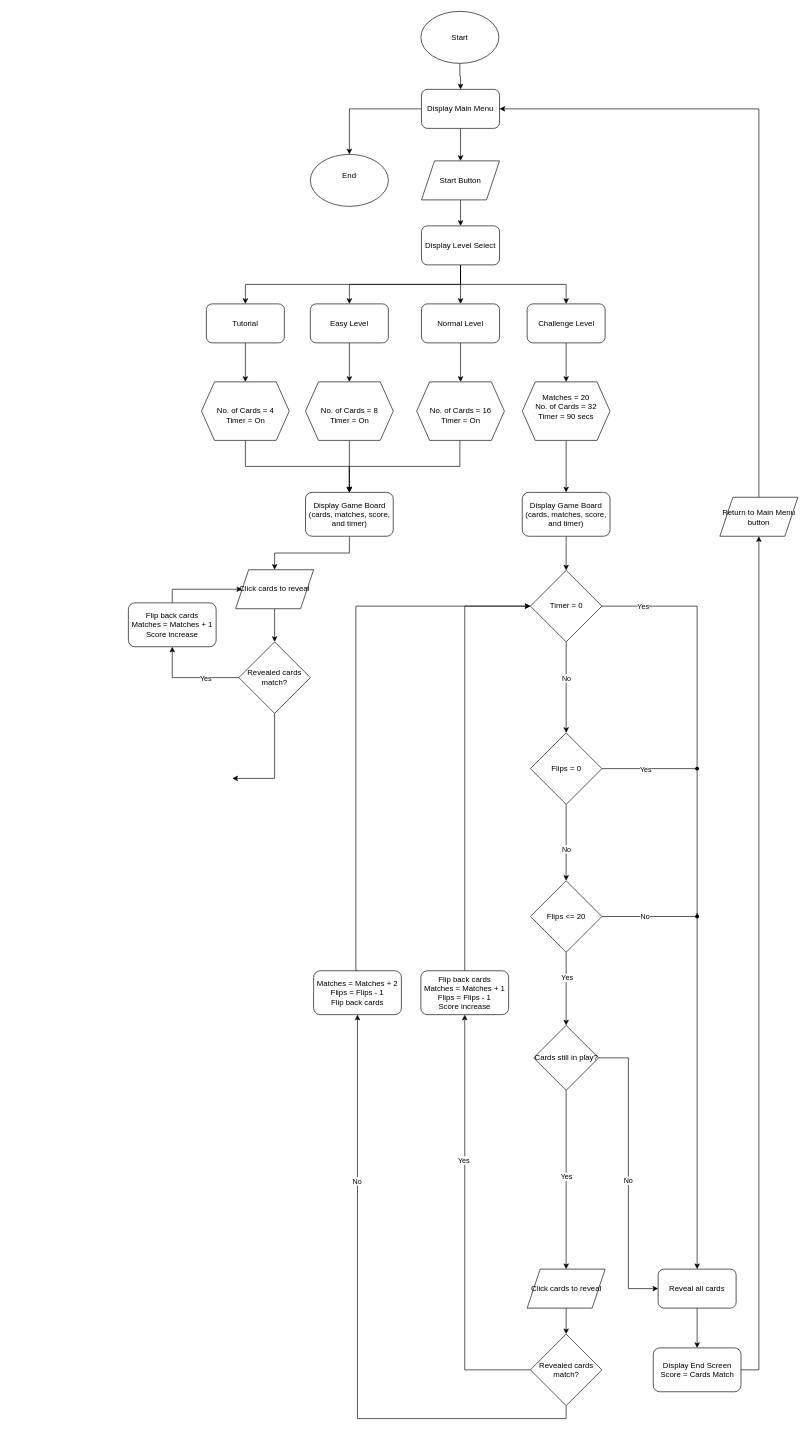
This is Website Flowchart.drawio from Hmmnnmmnn/Memory-Vortex, a draw.io file, before an edit. Source tidied: cells renumbered, new cells numbered last; positions are measured from the earlier drawing's top-left corner, leaving out a move shared by most shapes. Both pictures are drawn from the tidied source at 65%, with x=0, y=0 at pixel (128, 11).
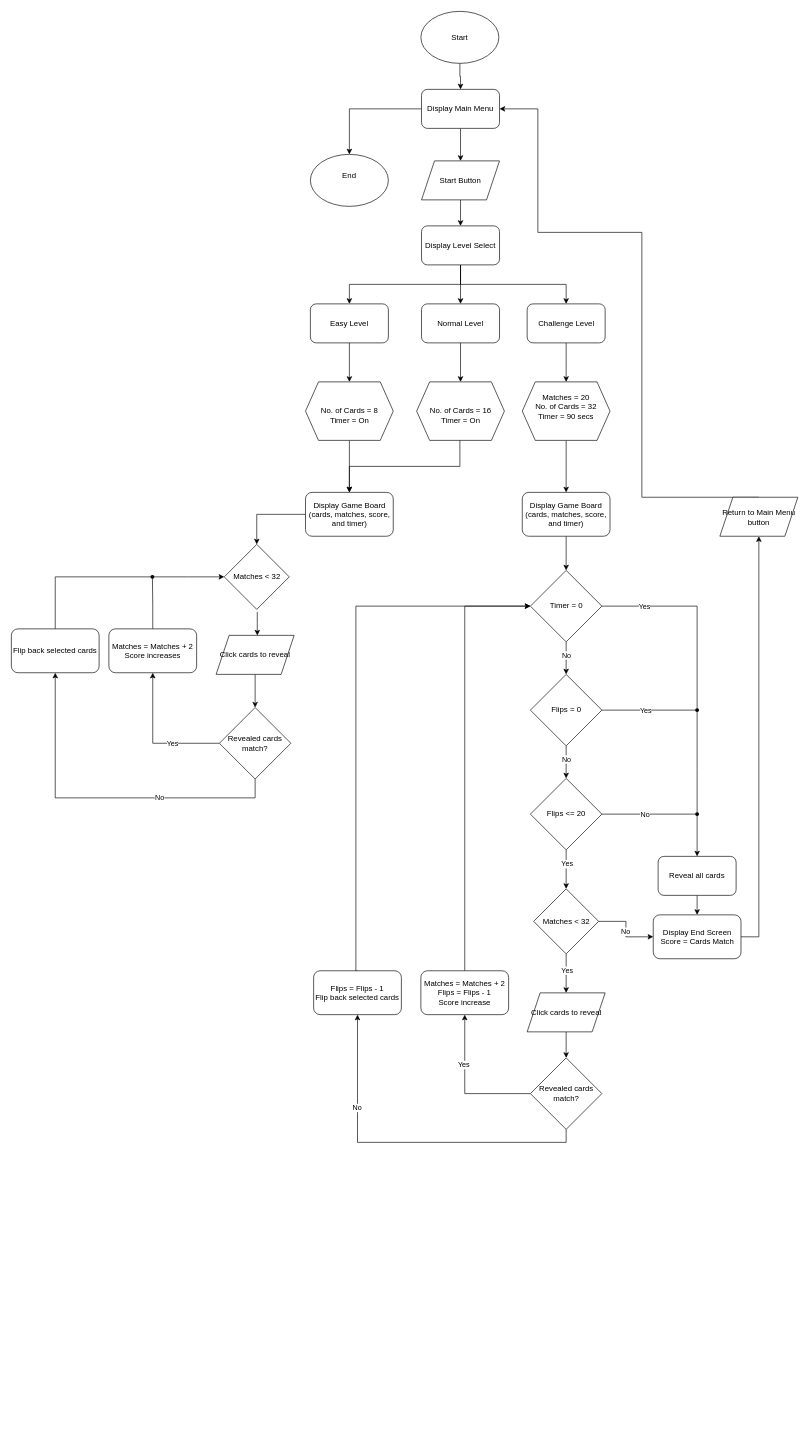
The same diagram, later.

Unchanged cells that the change refers to:
```xml
<mxCell id="6" value="Display Main Menu" style="rounded=1;whiteSpace=wrap;html=1;roundedPerimeter=1;" parent="1" vertex="1">
  <mxGeometry x="451" y="120" width="120" height="60" as="geometry" />
</mxCell>
<mxCell id="14" value="Display Level Select" style="rounded=1;whiteSpace=wrap;html=1;roundedPerimeter=1;" parent="1" vertex="1">
  <mxGeometry x="451" y="330" width="120" height="60" as="geometry" />
</mxCell>
<mxCell id="32" value="Display Game Board (cards, matches, score, and timer)" style="rounded=1;whiteSpace=wrap;html=1;roundedPerimeter=1;" parent="1" vertex="1">
  <mxGeometry x="272.5" y="740" width="135" height="67.5" as="geometry" />
</mxCell>
<mxCell id="34" style="edgeStyle=orthogonalEdgeStyle;rounded=0;jettySize=auto;html=1;defaultLabelBackgroundColor=page;entryX=0.5;entryY=0;entryDx=0;entryDy=0;" parent="1" edge="1" source="36" target="63">
  <mxGeometry x="-0.05" relative="1" as="geometry" />
</mxCell>
<mxCell id="51" style="edgeStyle=orthogonalEdgeStyle;rounded=0;jettySize=auto;html=1;entryX=0.5;entryY=0;entryDx=0;entryDy=0;defaultLabelBackgroundColor=page;" parent="1" edge="1" source="37" target="46">
  <mxGeometry relative="1" as="geometry" />
</mxCell>
<mxCell id="76" value="Timer = 0" style="rhombus;whiteSpace=wrap;html=1;shapeInside=1;" parent="1" vertex="1">
  <mxGeometry x="618.5" y="860" width="110" height="110" as="geometry" />
</mxCell>
<mxCell id="83" value="Return to Main Menu button" style="shape=parallelogram;perimeter=parallelogramPerimeter;whiteSpace=wrap;html=1;shapeInside=1;fixedSize=1;" parent="1" vertex="1">
  <mxGeometry x="910" y="747.5" width="120" height="60" as="geometry" />
</mxCell>
```

Diff of the diagram source:
```diff
@@
-    <mxCell id="12" style="edgeStyle=orthogonalEdgeStyle;rounded=0;jettySize=auto;html=1;entryX=0.5;entryY=0;entryDx=0;entryDy=0;defaultLabelBackgroundColor=page;exitX=0.5;exitY=1;exitDx=0;exitDy=0;" parent="1" edge="1" source="14" target="20">
-      <mxGeometry relative="1" as="geometry" />
-    </mxCell>
@@
-    <mxCell id="19" style="edgeStyle=orthogonalEdgeStyle;rounded=0;jettySize=auto;html=1;entryX=0.5;entryY=0;entryDx=0;entryDy=0;defaultLabelBackgroundColor=page;" parent="1" edge="1" source="20" target="24">
-      <mxGeometry relative="1" as="geometry" />
-    </mxCell>
-    <mxCell id="20" value="Tutorial" style="rounded=1;whiteSpace=wrap;html=1;roundedPerimeter=1;" parent="1" vertex="1">
-      <mxGeometry x="120" y="450" width="120" height="60" as="geometry" />
-    </mxCell>
@@
-    <mxCell id="23" style="edgeStyle=orthogonalEdgeStyle;rounded=0;jettySize=auto;html=1;defaultLabelBackgroundColor=page;exitX=0.5;exitY=1;exitDx=0;exitDy=0;" parent="1" edge="1" source="24" target="32">
-      <mxGeometry relative="1" as="geometry" />
-    </mxCell>
-    <mxCell id="24" value="&lt;br&gt;&lt;div&gt;No. of Cards = 4&lt;/div&gt;&lt;div&gt;Timer = On&lt;/div&gt;" style="shape=hexagon;perimeter=hexagonPerimeter2;whiteSpace=wrap;html=1;shapeInside=1;fixedSize=1;" parent="1" vertex="1">
-      <mxGeometry x="112.5" y="570" width="135" height="90" as="geometry" />
-    </mxCell>
@@
-    <mxCell id="31" style="edgeStyle=orthogonalEdgeStyle;rounded=0;jettySize=auto;html=1;entryX=0.5;entryY=0;entryDx=0;entryDy=0;defaultLabelBackgroundColor=page;" parent="1" edge="1" source="32" target="67">
-      <mxGeometry relative="1" as="geometry" />
+    <mxCell id="31" style="edgeStyle=orthogonalEdgeStyle;rounded=0;jettySize=auto;html=1;defaultLabelBackgroundColor=page;entryX=0.5;entryY=0;entryDx=0;entryDy=0;" parent="1" edge="1" source="32" target="86">
+      <mxGeometry x="-0.11" relative="1" as="geometry" />
     </mxCell>
@@
     <mxCell id="35" value="No" style="edgeLabel;html=1;align=center;verticalAlign=middle;inheritText=1;defaultLabelBackgroundColor=page;" parent="34" vertex="1">
-      <mxGeometry x="0.15" relative="1" as="geometry" />
+      <mxGeometry x="0.15" relative="1" as="geometry">
+        <mxPoint y="-9" as="offset" />
+      </mxGeometry>
     </mxCell>
     <mxCell id="36" value="Flips = 0" style="rhombus;whiteSpace=wrap;html=1;shapeInside=1;" parent="1" vertex="1">
-      <mxGeometry x="618.5" y="1110" width="110" height="110" as="geometry" />
+      <mxGeometry x="618.5" y="1020" width="110" height="110" as="geometry" />
     </mxCell>
-    <mxCell id="37" value="Cards still in play?" style="rhombus;whiteSpace=wrap;html=1;shapeInside=1;" parent="1" vertex="1">
-      <mxGeometry x="623.5" y="1560" width="100" height="100" as="geometry" />
+    <mxCell id="37" value="Matches &amp;lt; 32" style="rhombus;whiteSpace=wrap;html=1;shapeInside=1;" parent="1" vertex="1">
+      <mxGeometry x="623.5" y="1350" width="100" height="100" as="geometry" />
     </mxCell>
@@
-    <mxCell id="39" value="&lt;div&gt;Matches = Matches + 2&lt;/div&gt;&lt;div&gt;Flips = Flips - 1&lt;/div&gt;&lt;div&gt;Flip back cards&lt;/div&gt;" style="rounded=1;whiteSpace=wrap;html=1;roundedPerimeter=1;" parent="1" vertex="1">
+    <mxCell id="39" value="&lt;div&gt;Flips = Flips - 1&lt;/div&gt;&lt;div&gt;Flip back selected cards&lt;/div&gt;" style="rounded=1;whiteSpace=wrap;html=1;roundedPerimeter=1;" parent="1" vertex="1">
       <mxGeometry x="285" y="1476" width="135" height="67.5" as="geometry" />
     </mxCell>
@@
     <mxCell id="44" value="Revealed cards match?" style="rhombus;whiteSpace=wrap;html=1;shapeInside=1;" parent="1" vertex="1">
-      <mxGeometry x="618.5" y="2035" width="110" height="110" as="geometry" />
+      <mxGeometry x="618.5" y="1610" width="110" height="110" as="geometry" />
     </mxCell>
@@
     <mxCell id="46" value="Click cards to reveal" style="shape=parallelogram;perimeter=parallelogramPerimeter;whiteSpace=wrap;html=1;shapeInside=1;fixedSize=1;" parent="1" vertex="1">
-      <mxGeometry x="613.5" y="1935" width="120" height="60" as="geometry" />
+      <mxGeometry x="613.5" y="1510" width="120" height="60" as="geometry" />
     </mxCell>
@@
     <mxCell id="48" value="Reveal all cards" style="rounded=1;whiteSpace=wrap;html=1;roundedPerimeter=1;" parent="1" vertex="1">
-      <mxGeometry x="815" y="1935" width="120" height="60" as="geometry" />
+      <mxGeometry x="815" y="1300" width="120" height="60" as="geometry" />
     </mxCell>
@@
     <mxCell id="50" value="&lt;div&gt;Display End Screen&lt;/div&gt;&lt;div&gt;Score = Cards Match&lt;/div&gt;" style="rounded=1;whiteSpace=wrap;html=1;roundedPerimeter=1;" parent="1" vertex="1">
-      <mxGeometry x="807.5" y="2056.2" width="135" height="67.5" as="geometry" />
+      <mxGeometry x="807.5" y="1390" width="135" height="67.5" as="geometry" />
     </mxCell>
@@
     <mxCell id="52" value="Yes" style="edgeLabel;html=1;align=center;verticalAlign=middle;inheritText=1;defaultLabelBackgroundColor=page;" parent="51" vertex="1">
       <mxGeometry x="-0.06" y="2" relative="1" as="geometry">
-        <mxPoint x="-2" y="3" as="offset" />
+        <mxPoint x="-1" y="-3" as="offset" />
       </mxGeometry>
     </mxCell>
-    <mxCell id="53" style="edgeStyle=orthogonalEdgeStyle;rounded=0;jettySize=auto;html=1;entryDx=0;entryDy=0;defaultLabelBackgroundColor=page;entryX=0;entryY=0.5;endArrow=classic;endFill=1;" parent="1" edge="1" source="37" target="48">
-      <mxGeometry x="-0.47" relative="1" as="geometry" />
+    <mxCell id="53" style="edgeStyle=orthogonalEdgeStyle;rounded=0;jettySize=auto;html=1;defaultLabelBackgroundColor=page;endArrow=classic;endFill=1;entryX=0;entryY=0.5;entryDx=0;entryDy=0;" parent="1" edge="1" source="37" target="50">
+      <mxGeometry x="-0.86" relative="1" as="geometry" />
     </mxCell>
@@
-    <mxCell id="56" value="&lt;div&gt;Flip back cards&lt;/div&gt;&lt;div&gt;Matches = Matches + 1&lt;/div&gt;&lt;div&gt;Flips = Flips - 1&lt;/div&gt;&lt;div&gt;Score increase&lt;/div&gt;" style="rounded=1;whiteSpace=wrap;html=1;roundedPerimeter=1;" parent="1" vertex="1">
+    <mxCell id="56" value="&lt;div&gt;Matches = Matches + 2&lt;/div&gt;&lt;div&gt;Flips = Flips - 1&lt;/div&gt;&lt;div&gt;Score increase&lt;/div&gt;" style="rounded=1;whiteSpace=wrap;html=1;roundedPerimeter=1;" parent="1" vertex="1">
       <mxGeometry x="450" y="1476" width="135" height="67.5" as="geometry" />
     </mxCell>
@@
     <mxCell id="63" value="Flips &amp;lt;= 20" style="rhombus;whiteSpace=wrap;html=1;shapeInside=1;" parent="1" vertex="1">
-      <mxGeometry x="618.5" y="1337.5" width="110" height="110" as="geometry" />
+      <mxGeometry x="618.5" y="1180" width="110" height="110" as="geometry" />
     </mxCell>
-    <mxCell id="64" style="edgeStyle=orthogonalEdgeStyle;rounded=0;jettySize=auto;html=1;defaultLabelBackgroundColor=page;entryX=0.5;entryY=0;entryDx=0;entryDy=0;exitX=0.541;exitY=0.829;exitDx=0;exitDy=0;exitPerimeter=0;" parent="1" edge="1" source="65" target="48">
-      <mxGeometry x="0.36" relative="1" as="geometry">
-        <Array as="points">
-          <mxPoint x="875" y="1387.5" />
-        </Array>
-      </mxGeometry>
-    </mxCell>
     <mxCell id="65" style="shape=waypoint;sketch=0;fillStyle=solid;size=6;points=[];fillColor=none;perimeter=centerPerimeter;snapToPoint=1;" parent="1" vertex="1">
-      <mxGeometry x="865" y="1382.5" width="20" height="20" as="geometry" />
+      <mxGeometry x="865" y="1225" width="20" height="20" as="geometry" />
     </mxCell>
@@
     <mxCell id="67" value="Click cards to reveal" style="shape=parallelogram;perimeter=parallelogramPerimeter;whiteSpace=wrap;html=1;shapeInside=1;fixedSize=1;" parent="1" vertex="1">
-      <mxGeometry x="165" y="859" width="120" height="60" as="geometry" />
+      <mxGeometry x="135" y="960" width="120" height="60" as="geometry" />
     </mxCell>
@@
-    <mxCell id="70" style="edgeStyle=orthogonalEdgeStyle;rounded=0;jettySize=auto;html=1;defaultLabelBackgroundColor=page;exitX=0.5;exitY=1;exitDx=0;exitDy=0;" parent="1" edge="1" source="71">
-      <mxGeometry x="-0.05" relative="1" as="geometry">
-        <mxPoint x="160" y="1180" as="targetPoint" />
+    <mxCell id="70" style="edgeStyle=orthogonalEdgeStyle;rounded=0;jettySize=auto;html=1;defaultLabelBackgroundColor=page;entryX=0.5;entryY=1;entryDx=0;entryDy=0;" parent="1" edge="1" source="71" target="88">
+      <mxGeometry x="-0.95" relative="1" as="geometry">
         <Array as="points">
-          <mxPoint x="225" y="1180" />
+          <mxPoint x="195" y="1210" />
+          <mxPoint x="-112.5" y="1210" />
         </Array>
       </mxGeometry>
     </mxCell>
+    <mxCell id="84" value="No" style="edgeLabel;html=1;align=center;verticalAlign=middle;inheritText=1;defaultLabelBackgroundColor=page;" parent="70" vertex="1">
+      <mxGeometry x="-0.33" y="-1" relative="1" as="geometry" />
+    </mxCell>
     <mxCell id="71" value="Revealed cards match?" style="rhombus;whiteSpace=wrap;html=1;shapeInside=1;" parent="1" vertex="1">
-      <mxGeometry x="170" y="970" width="110" height="110" as="geometry" />
+      <mxGeometry x="140" y="1071" width="110" height="110" as="geometry" />
     </mxCell>
-    <mxCell id="72" style="edgeStyle=orthogonalEdgeStyle;rounded=0;jettySize=auto;html=1;entryX=0;entryY=0.5;entryDx=0;entryDy=0;defaultLabelBackgroundColor=page;exitX=0.5;exitY=0;exitDx=0;exitDy=0;" parent="1" edge="1" source="73" target="67">
-      <mxGeometry relative="1" as="geometry" />
+    <mxCell id="72" style="edgeStyle=orthogonalEdgeStyle;rounded=0;jettySize=auto;html=1;defaultLabelBackgroundColor=page;exitX=0.5;exitY=0;exitDx=0;exitDy=0;entryX=0.531;entryY=0.841;entryDx=0;entryDy=0;entryPerimeter=0;endArrow=none;endFill=0;" parent="1" edge="1" source="73" target="90">
+      <mxGeometry x="-0.15" relative="1" as="geometry" />
     </mxCell>
-    <mxCell id="73" value="&lt;div&gt;Flip back cards&lt;/div&gt;&lt;div&gt;Matches = Matches + 1&lt;/div&gt;&lt;div&gt;Score increase&lt;/div&gt;" style="rounded=1;whiteSpace=wrap;html=1;roundedPerimeter=1;" parent="1" vertex="1">
-      <mxGeometry y="910" width="135" height="67.5" as="geometry" />
+    <mxCell id="73" value="&lt;div&gt;Matches = Matches + 2&lt;/div&gt;&lt;div&gt;Score increases&lt;/div&gt;" style="rounded=1;whiteSpace=wrap;html=1;roundedPerimeter=1;" parent="1" vertex="1">
+      <mxGeometry x="-30" y="950" width="135" height="67.5" as="geometry" />
     </mxCell>
@@
     <mxCell id="79" style="shape=waypoint;sketch=0;fillStyle=solid;size=6;points=[];fillColor=none;perimeter=centerPerimeter;snapToPoint=1;" parent="1" vertex="1">
-      <mxGeometry x="865" y="1155" width="20" height="20" as="geometry" />
+      <mxGeometry x="865" y="1065" width="20" height="20" as="geometry" />
     </mxCell>
-    <mxCell id="80" style="edgeStyle=orthogonalEdgeStyle;rounded=0;jettySize=auto;html=1;defaultLabelBackgroundColor=page;endArrow=none;endFill=0;entryX=0.49;entryY=0.04;entryDx=0;entryDy=0;entryPerimeter=0;" parent="1" edge="1" source="76" target="79">
-      <mxGeometry x="0.04" relative="1" as="geometry" />
+    <mxCell id="80" style="edgeStyle=orthogonalEdgeStyle;rounded=0;jettySize=auto;html=1;defaultLabelBackgroundColor=page;endArrow=none;endFill=0;entryX=0.664;entryY=0.983;entryDx=0;entryDy=0;entryPerimeter=0;" parent="1" edge="1" source="76" target="79">
+      <mxGeometry x="0.03" relative="1" as="geometry" />
     </mxCell>
     <mxCell id="81" value="&lt;div&gt;Yes&lt;/div&gt;" style="edgeLabel;html=1;align=center;verticalAlign=middle;inheritText=1;defaultLabelBackgroundColor=page;" parent="80" vertex="1">
       <mxGeometry x="-0.78" y="-6" relative="1" as="geometry">
-        <mxPoint x="19" y="-6" as="offset" />
+        <mxPoint x="31" y="-6" as="offset" />
       </mxGeometry>
     </mxCell>
     <mxCell id="82" style="edgeStyle=orthogonalEdgeStyle;rounded=0;jettySize=auto;html=1;entryX=1;entryY=0.5;entryDx=0;entryDy=0;defaultLabelBackgroundColor=page;exitX=0.5;exitY=0;exitDx=0;exitDy=0;" parent="1" edge="1" source="83" target="6">
-      <mxGeometry x="0.05" relative="1" as="geometry" />
+      <mxGeometry x="0.05" relative="1" as="geometry">
+        <Array as="points">
+          <mxPoint x="790" y="747.5" />
+          <mxPoint x="790" y="340" />
+          <mxPoint x="630" y="340" />
+          <mxPoint x="630" y="150" />
+        </Array>
+      </mxGeometry>
     </mxCell>
@@
+    <mxCell id="64" style="edgeStyle=orthogonalEdgeStyle;rounded=0;jettySize=auto;html=1;defaultLabelBackgroundColor=page;endArrow=classic;endFill=1;" parent="1" edge="1" source="65" target="48">
+      <mxGeometry x="0.35" relative="1" as="geometry" />
+    </mxCell>
+    <mxCell id="85" style="edgeStyle=elbowEdgeStyle;rounded=0;jettySize=auto;elbow=vertical;html=1;defaultLabelBackgroundColor=page;entryX=0.528;entryY=0.003;entryDx=0;entryDy=0;exitX=0.508;exitY=1.039;exitDx=0;exitDy=0;exitPerimeter=0;entryPerimeter=0;" parent="1" edge="1" source="86" target="67">
+      <mxGeometry relative="1" as="geometry" />
+    </mxCell>
+    <mxCell id="86" value="Matches &amp;lt; 32" style="rhombus;whiteSpace=wrap;html=1;shapeInside=1;" parent="1" vertex="1">
+      <mxGeometry x="147.5" y="820" width="100" height="100" as="geometry" />
+    </mxCell>
+    <mxCell id="87" style="edgeStyle=elbowEdgeStyle;rounded=0;jettySize=auto;elbow=vertical;html=1;defaultLabelBackgroundColor=page;entryX=0.37;entryY=0.44;entryDx=0;entryDy=0;entryPerimeter=0;endArrow=none;endFill=0;exitX=0.5;exitY=0;exitDx=0;exitDy=0;" parent="1" edge="1" source="88" target="90">
+      <mxGeometry x="-0.02" relative="1" as="geometry">
+        <Array as="points">
+          <mxPoint x="-110.5" y="870" />
+        </Array>
+      </mxGeometry>
+    </mxCell>
+    <mxCell id="88" value="&lt;div&gt;Flip back selected cards&lt;/div&gt;" style="rounded=1;whiteSpace=wrap;html=1;roundedPerimeter=1;" parent="1" vertex="1">
+      <mxGeometry x="-180" y="950" width="135" height="67.5" as="geometry" />
+    </mxCell>
+    <mxCell id="89" style="edgeStyle=elbowEdgeStyle;rounded=0;jettySize=auto;elbow=vertical;html=1;entryX=0;entryY=0.5;entryDx=0;entryDy=0;defaultLabelBackgroundColor=page;" parent="1" edge="1" source="90" target="86">
+      <mxGeometry relative="1" as="geometry" />
+    </mxCell>
+    <mxCell id="90" style="shape=waypoint;sketch=0;fillStyle=solid;size=6;points=[];fillColor=none;perimeter=centerPerimeter;snapToPoint=1;" parent="1" vertex="1">
+      <mxGeometry x="27" y="860" width="20" height="20" as="geometry" />
+    </mxCell>
```
